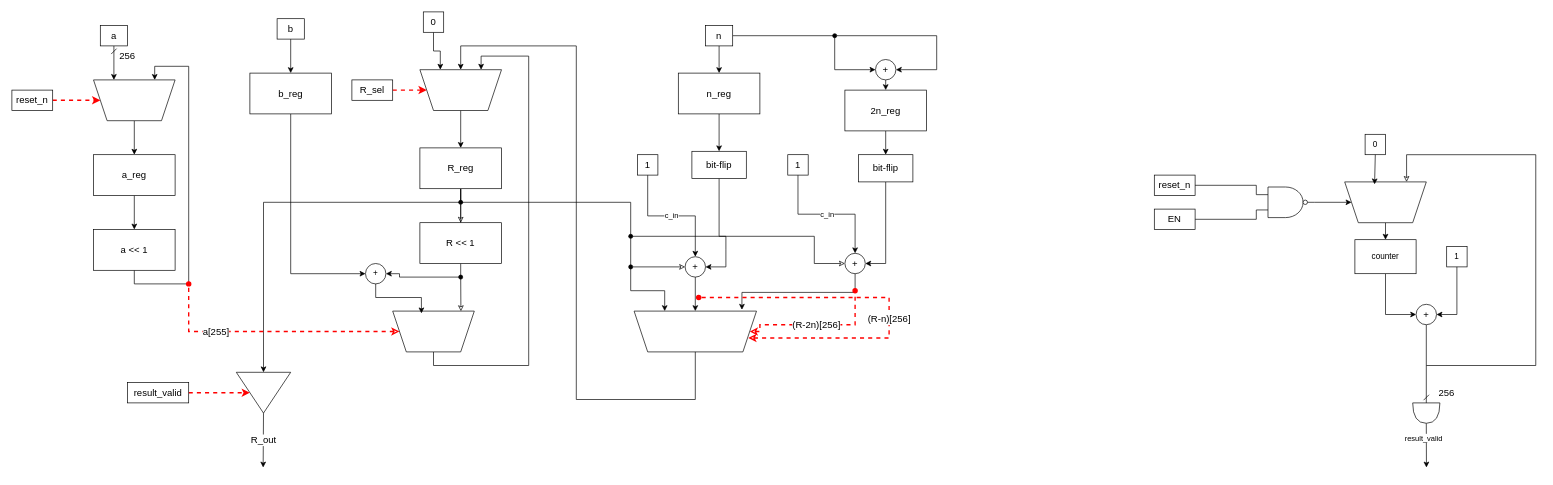
The draw.io diagram page "Mult-with-mod" (1 of 2) of TermProject/mult_with_mod.drawio in Lorangs/TFE4141_Digital_Design_1, before the edit. Source tidied: cells renumbered, new cells numbered last; positions are measured from the earlier drawing's top-left corner, leaving out a move shared by most shapes. Both pictures are drawn from the tidied source at 68%, with x=0, y=0 at pixel (12, 12).
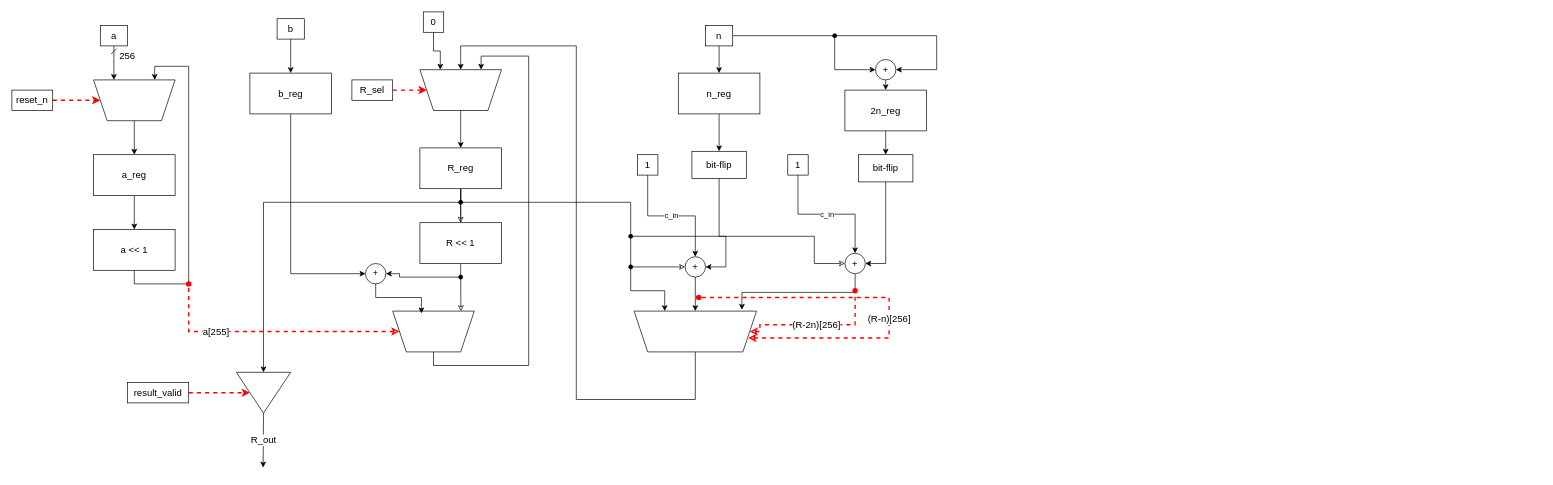
The same diagram, later.

The edit, as a diff of the source:
```diff
@@
-    <mxCell id="55" style="edgeStyle=none;rounded=1;html=1;exitX=0.5;exitY=0;exitDx=0;exitDy=0;entryX=0.5;entryY=0;entryDx=0;entryDy=0;" parent="1" edge="1" source="56" target="84">
-      <mxGeometry relative="1" as="geometry" />
-    </mxCell>
-    <mxCell id="56" style="shape=trapezoid;perimeter=trapezoidPerimeter;whiteSpace=wrap;html=1;fixedSize=1;rotation=-180;rounded=0;" parent="1" vertex="1">
-      <mxGeometry x="1960" y="250" width="120" height="60" as="geometry" />
-    </mxCell>
-    <mxCell id="57" value="0" style="rounded=0;whiteSpace=wrap;html=1;" parent="1" vertex="1">
-      <mxGeometry x="1990" y="180" width="30" height="30" as="geometry" />
-    </mxCell>
-    <mxCell id="58" style="edgeStyle=none;html=1;exitX=0.5;exitY=1;exitDx=0;exitDy=0;rounded=0;" parent="1" edge="1" source="60">
-      <mxGeometry relative="1" as="geometry">
-        <mxPoint x="2125" y="360" as="targetPoint" />
-      </mxGeometry>
-    </mxCell>
-    <mxCell id="59" style="edgeStyle=none;rounded=0;html=1;exitX=0.5;exitY=1;exitDx=0;exitDy=0;entryX=1;entryY=0.5;entryDx=0;entryDy=0;curved=0;" parent="1" edge="1" source="60" target="82">
-      <mxGeometry relative="1" as="geometry">
-        <Array as="points">
-          <mxPoint x="2125" y="445" />
-        </Array>
-      </mxGeometry>
-    </mxCell>
-    <mxCell id="60" value="1" style="rounded=0;whiteSpace=wrap;html=1;" parent="1" vertex="1">
-      <mxGeometry x="2110" y="345" width="30" height="30" as="geometry" />
-    </mxCell>
-    <mxCell id="61" style="edgeStyle=none;html=1;exitX=0.5;exitY=1;exitDx=0;exitDy=0;entryX=0.634;entryY=0.94;entryDx=0;entryDy=0;entryPerimeter=0;rounded=0;" parent="1" edge="1" source="57" target="56">
-      <mxGeometry relative="1" as="geometry" />
-    </mxCell>
-    <mxCell id="62" style="endArrow=none;html=1;rounded=0;exitX=0.25;exitY=1;exitDx=0;exitDy=0;startArrow=classic;startFill=0;endFill=0;edgeStyle=orthogonalEdgeStyle;strokeWidth=1;strokeColor=light-dark(#000000,#FF0000);fontSize=11;textShadow=0;entryX=0.5;entryY=1;entryDx=0;entryDy=0;" parent="1" edge="1" target="82">
-      <mxGeometry x="0.01" y="9" relative="1" as="geometry">
-        <mxPoint x="2051" y="250" as="sourcePoint" />
-        <Array as="points">
-          <mxPoint x="2051" y="210" />
-          <mxPoint x="2241" y="210" />
-          <mxPoint x="2241" y="520" />
-          <mxPoint x="2080" y="520" />
-        </Array>
-      </mxGeometry>
-    </mxCell>
-    <mxCell id="63" value="reset_n" style="rounded=0;whiteSpace=wrap;html=1;fontSize=14;" parent="1" vertex="1">
-      <mxGeometry x="1680" y="240" width="60" height="30" as="geometry" />
-    </mxCell>
-    <mxCell id="64" style="edgeStyle=none;rounded=0;html=1;entryX=0;entryY=0.75;entryDx=0;entryDy=0;entryPerimeter=0;endArrow=none;endFill=0;curved=0;" parent="1" edge="1" source="65" target="67">
-      <mxGeometry relative="1" as="geometry">
-        <Array as="points">
-          <mxPoint x="1830" y="305" />
-        </Array>
-      </mxGeometry>
-    </mxCell>
-    <mxCell id="65" value="EN" style="rounded=0;whiteSpace=wrap;html=1;fontSize=14;" parent="1" vertex="1">
-      <mxGeometry x="1680" y="290" width="60" height="30" as="geometry" />
-    </mxCell>
-    <mxCell id="66" style="edgeStyle=none;html=1;exitX=1;exitY=0.5;exitDx=0;exitDy=0;exitPerimeter=0;entryX=1;entryY=0.5;entryDx=0;entryDy=0;rounded=0;" parent="1" edge="1" source="67" target="56">
-      <mxGeometry relative="1" as="geometry" />
-    </mxCell>
-    <mxCell id="67" style="verticalLabelPosition=bottom;shadow=0;dashed=0;align=center;html=1;verticalAlign=top;shape=mxgraph.electrical.logic_gates.logic_gate;operation=and;negating=1;negSize=0.15;strokeWidth=1;rounded=0;" parent="1" vertex="1">
-      <mxGeometry x="1830" y="257.5" width="86" height="45" as="geometry" />
-    </mxCell>
@@
-    <mxCell id="81" style="edgeStyle=none;rounded=0;html=1;exitX=1;exitY=0.5;exitDx=0;exitDy=0;entryX=0;entryY=0.25;entryDx=0;entryDy=0;entryPerimeter=0;endArrow=none;endFill=0;curved=0;" parent="1" edge="1" source="63" target="67">
-      <mxGeometry relative="1" as="geometry">
-        <Array as="points">
-          <mxPoint x="1830" y="255" />
-        </Array>
-      </mxGeometry>
-    </mxCell>
-    <mxCell id="82" value="+" style="ellipse;whiteSpace=wrap;html=1;fontSize=14;rounded=0;" parent="1" vertex="1">
-      <mxGeometry x="2065" y="430" width="30" height="30" as="geometry" />
-    </mxCell>
-    <mxCell id="83" style="edgeStyle=none;rounded=0;html=1;exitX=0.5;exitY=1;exitDx=0;exitDy=0;entryX=0;entryY=0.5;entryDx=0;entryDy=0;curved=0;" parent="1" edge="1" source="84" target="82">
-      <mxGeometry relative="1" as="geometry">
-        <Array as="points">
-          <mxPoint x="2020" y="445" />
-        </Array>
-      </mxGeometry>
-    </mxCell>
-    <mxCell id="84" value="counter" style="rounded=0;whiteSpace=wrap;html=1;" parent="1" vertex="1">
-      <mxGeometry x="1975" y="335" width="90" height="50" as="geometry" />
-    </mxCell>
-    <mxCell id="85" style="edgeStyle=none;rounded=1;html=1;exitX=1;exitY=0.5;exitDx=0;exitDy=0;exitPerimeter=0;" parent="1" edge="1" source="87">
-      <mxGeometry relative="1" as="geometry">
-        <mxPoint x="2080.2" y="670" as="targetPoint" />
-      </mxGeometry>
-    </mxCell>
-    <mxCell id="86" value="result_valid" style="edgeLabel;html=1;align=center;verticalAlign=middle;rounded=1;" parent="85" vertex="1">
-      <mxGeometry x="-0.36" y="-5" relative="1" as="geometry" />
-    </mxCell>
-    <mxCell id="87" style="shape=or;whiteSpace=wrap;html=1;rounded=1;rotation=90;" parent="1" vertex="1">
-      <mxGeometry x="2065" y="570" width="30" height="40" as="geometry" />
-    </mxCell>
-    <mxCell id="88" value="256" style="text;html=1;align=center;verticalAlign=middle;whiteSpace=wrap;rounded=0;fontSize=14;" parent="1" vertex="1">
-      <mxGeometry x="2090" y="545" width="40" height="30" as="geometry" />
-    </mxCell>
-    <mxCell id="89" style="endArrow=none;html=1;rounded=1;exitX=0;exitY=0.5;exitDx=0;exitDy=0;exitPerimeter=0;startArrow=dash;startFill=0;" parent="1" edge="1" source="87">
-      <mxGeometry relative="1" as="geometry">
-        <mxPoint x="2080" y="520" as="targetPoint" />
-      </mxGeometry>
-    </mxCell>
```
